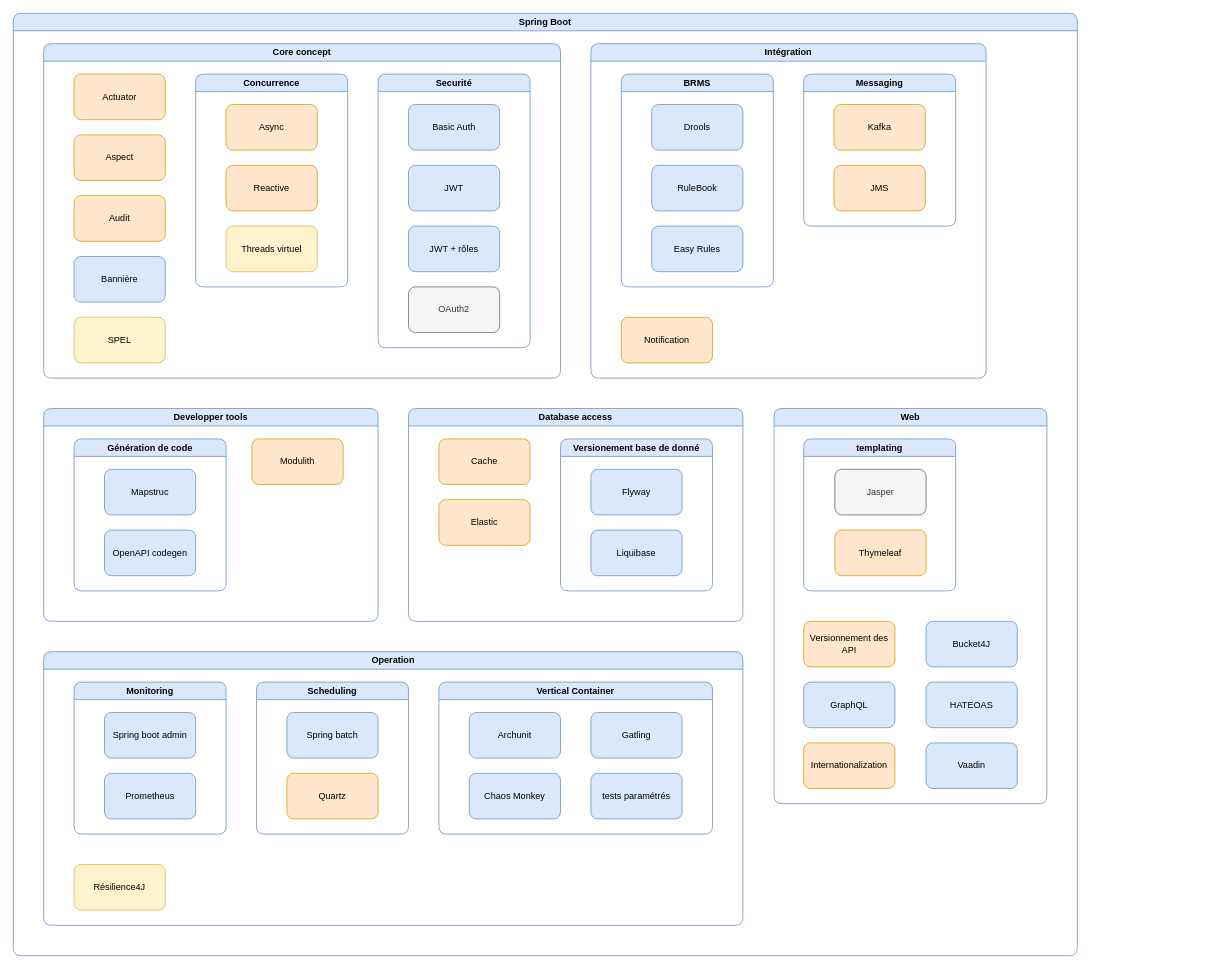
The draw.io diagram springboot.drawio in ErwanLT/springboot-demo, before the edit. Source tidied: cells renumbered, new cells numbered last; positions are measured from the earlier drawing's top-left corner, leaving out a move shared by most shapes. Both pictures are drawn from the tidied source at 76%, with x=0, y=0 at pixel (13, 13).
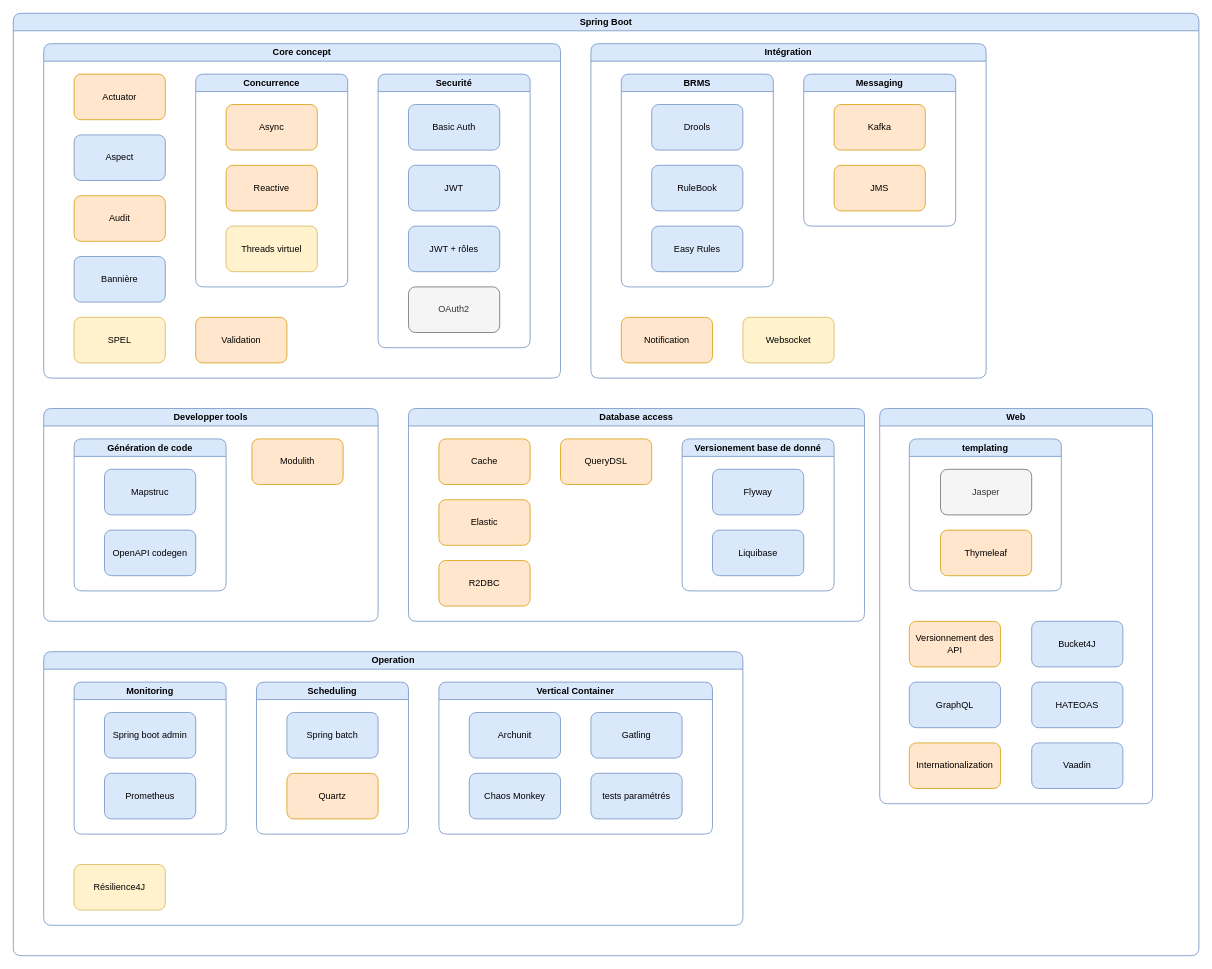
Above is the later version.

Commit message:
Mettre à jour springboot.drawio

Unchanged cells that the change refers to:
```xml
<mxCell id="3" value="Core concept" style="swimlane;whiteSpace=wrap;html=1;rounded=1;fillColor=#dae8fc;strokeColor=#6c8ebf;" parent="2" vertex="1">
  <mxGeometry x="40" y="40" width="680" height="440" as="geometry" />
</mxCell>
<mxCell id="29" value="Intégration" style="swimlane;whiteSpace=wrap;html=1;rounded=1;fillColor=#dae8fc;strokeColor=#6c8ebf;" parent="2" vertex="1">
  <mxGeometry x="760" y="40" width="520" height="440" as="geometry" />
</mxCell>
```

Diff of the diagram source:
```diff
@@
     <mxCell id="2" value="Spring Boot" style="swimlane;whiteSpace=wrap;html=1;rounded=1;fillColor=#dae8fc;strokeColor=#6c8ebf;" parent="1" vertex="1">
-      <mxGeometry width="1400" height="1240" as="geometry" />
+      <mxGeometry width="1560" height="1240" as="geometry" />
     </mxCell>
@@
-    <mxCell id="5" value="Aspect" style="rounded=1;whiteSpace=wrap;html=1;fillColor=#ffe6cc;strokeColor=#d79b00;" parent="3" vertex="1">
+    <mxCell id="5" value="Aspect" style="rounded=1;whiteSpace=wrap;html=1;fillColor=#dae8fc;strokeColor=#6c8ebf;" parent="3" vertex="1">
       <mxGeometry x="40" y="120" width="120" height="60" as="geometry" />
     </mxCell>
@@
+    <mxCell id="61" value="Validation" style="rounded=1;whiteSpace=wrap;html=1;fillColor=#ffe6cc;strokeColor=#d79b00;" parent="3" vertex="1">
+      <mxGeometry x="200" y="360" width="120" height="60" as="geometry" />
+    </mxCell>
     <mxCell id="18" value="Database access" style="swimlane;whiteSpace=wrap;html=1;rounded=1;fillColor=#dae8fc;strokeColor=#6c8ebf;" parent="2" vertex="1">
-      <mxGeometry x="520" y="520" width="440" height="280" as="geometry" />
+      <mxGeometry x="520" y="520" width="600" height="280" as="geometry" />
     </mxCell>
@@
     <mxCell id="21" value="Versionement base de donné" style="swimlane;whiteSpace=wrap;html=1;rounded=1;fillColor=#dae8fc;strokeColor=#6c8ebf;" parent="18" vertex="1">
-      <mxGeometry x="200" y="40" width="200" height="200" as="geometry" />
+      <mxGeometry x="360" y="40" width="200" height="200" as="geometry" />
     </mxCell>
@@
+    <mxCell id="62" value="R2DBC" style="rounded=1;whiteSpace=wrap;html=1;fillColor=#ffe6cc;strokeColor=#d79b00;" parent="18" vertex="1">
+      <mxGeometry x="40" y="200" width="120" height="60" as="geometry" />
+    </mxCell>
+    <mxCell id="63" value="QueryDSL" style="rounded=1;whiteSpace=wrap;html=1;fillColor=#ffe6cc;strokeColor=#d79b00;" parent="18" vertex="1">
+      <mxGeometry x="200" y="40" width="120" height="60" as="geometry" />
+    </mxCell>
@@
+    <mxCell id="64" value="Websocket" style="rounded=1;whiteSpace=wrap;html=1;fillColor=#fff2cc;strokeColor=#d6b656;" parent="29" vertex="1">
+      <mxGeometry x="200" y="360" width="120" height="60" as="geometry" />
+    </mxCell>
@@
     <mxCell id="51" value="Web" style="swimlane;whiteSpace=wrap;html=1;rounded=1;fillColor=#dae8fc;strokeColor=#6c8ebf;" parent="2" vertex="1">
-      <mxGeometry x="1001" y="520" width="359" height="520" as="geometry" />
+      <mxGeometry x="1140" y="520" width="359" height="520" as="geometry" />
     </mxCell>
```
